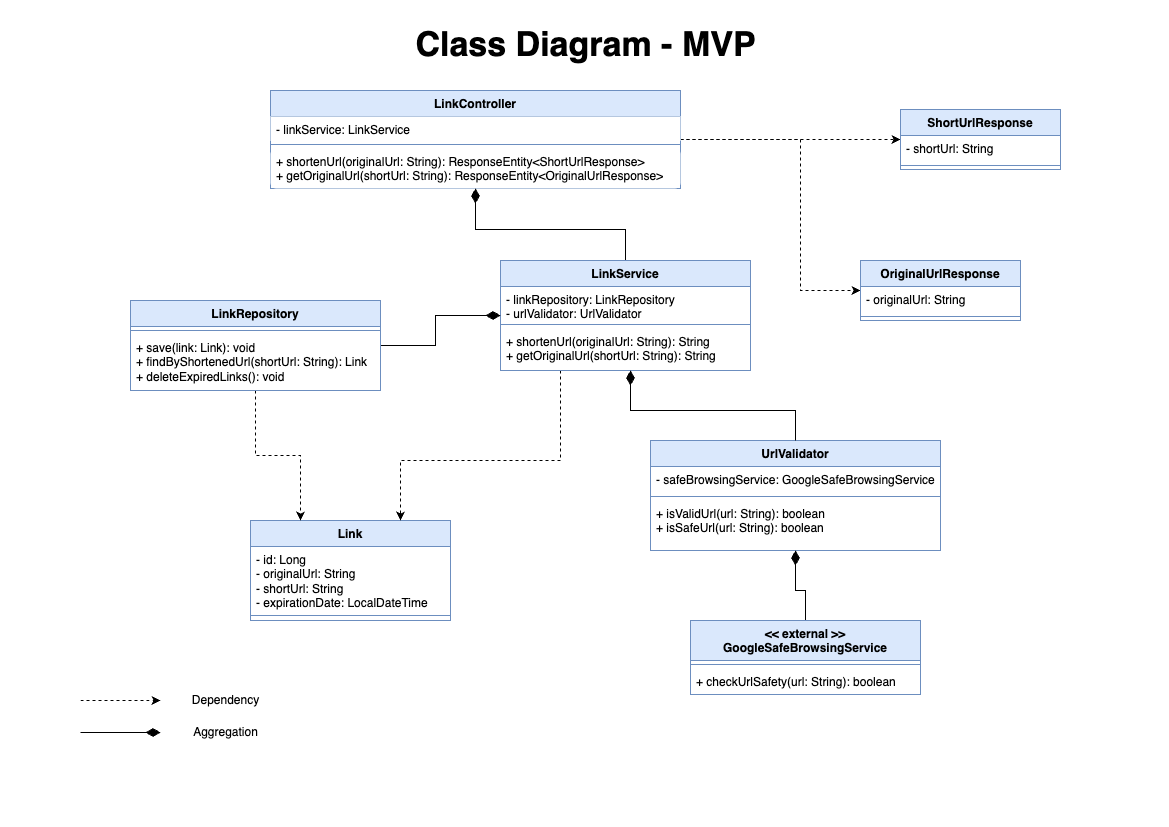
hamxy/LinkCut keeps this draw.io diagram as docs/class-diagram.drawio.png. Above is the earlier version. Source tidied: cells renumbered, new cells last; positions are measured from the earlier drawing's top-left corner, leaving out a move shared by most shapes.
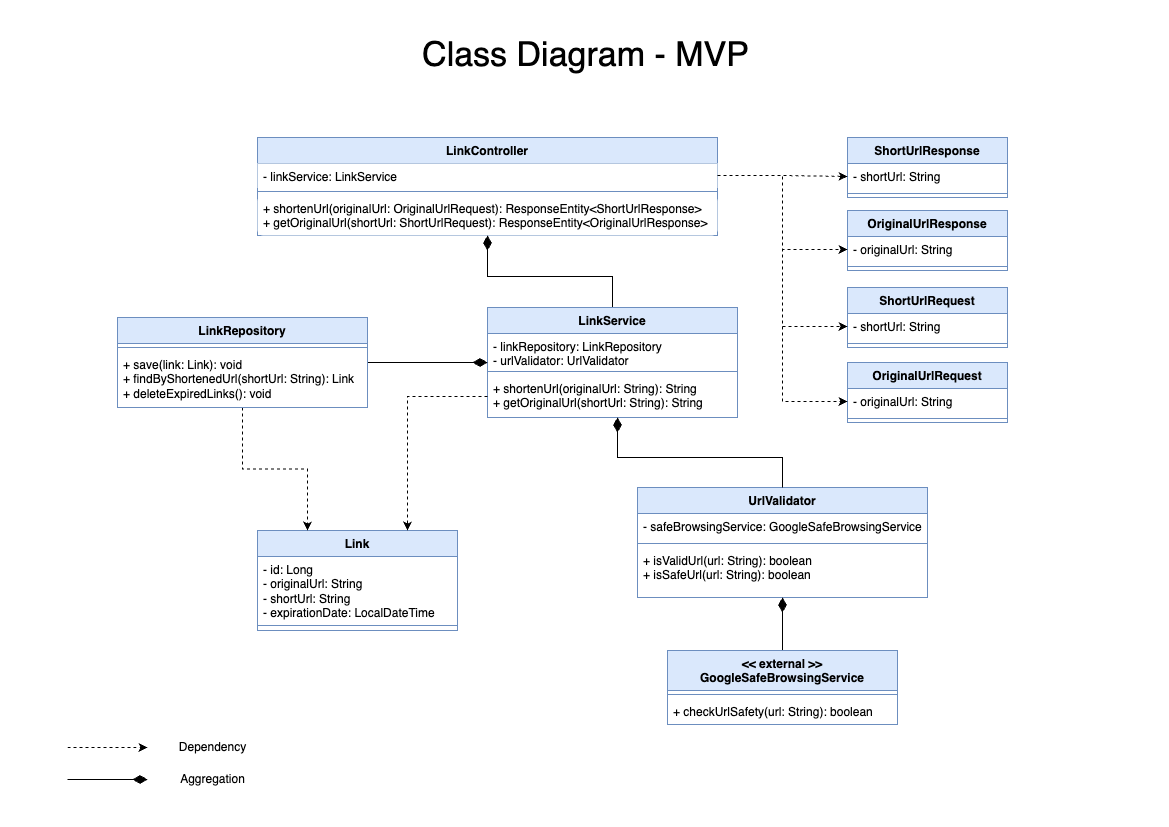
Later version of the same file.

Commit message:
Modify class diagram

What changed in the source:
```diff
@@ -3,7 +3,7 @@
     <mxCell id="0" />
     <mxCell id="1" parent="0" />
     <mxCell id="2" value="Link" style="swimlane;fontStyle=1;align=center;verticalAlign=top;horizontal=1;startSize=26;whiteSpace=wrap;html=1;fillColor=#dae8fc;strokeColor=#6c8ebf;" parent="1" vertex="1">
-      <mxGeometry x="170" y="500" width="200" height="100" as="geometry" />
+      <mxGeometry x="177" y="510" width="200" height="100" as="geometry" />
     </mxCell>
     <mxCell id="3" value="- id: Long&lt;div&gt;- originalUrl: String&lt;/div&gt;&lt;div&gt;- shortUrl: String&lt;/div&gt;&lt;div&gt;- expirationDate: LocalDateTime&lt;/div&gt;" style="text;strokeColor=none;fillColor=none;align=left;verticalAlign=top;spacingLeft=4;spacingRight=4;overflow=hidden;whiteSpace=wrap;html=1;" parent="2" vertex="1">
       <mxGeometry y="26" width="200" height="64" as="geometry" />
@@ -11,42 +11,23 @@
     <mxCell id="4" style="line;strokeWidth=1;fillColor=none;align=left;verticalAlign=middle;spacingTop=-1;spacingLeft=3;spacingRight=3;labelPosition=right;strokeColor=inherit;" parent="2" vertex="1">
       <mxGeometry y="90" width="200" height="10" as="geometry" />
     </mxCell>
-    <mxCell id="5" style="edgeStyle=orthogonalEdgeStyle;rounded=0;jettySize=auto;html=1;dashed=1;" parent="1" edge="1" source="7" target="26">
-      <mxGeometry relative="1" as="geometry" />
-    </mxCell>
-    <mxCell id="6" style="edgeStyle=orthogonalEdgeStyle;rounded=0;jettySize=auto;html=1;dashed=1;" parent="1" edge="1" source="7" target="29">
-      <mxGeometry relative="1" as="geometry">
-        <Array as="points">
-          <mxPoint x="720" y="119" />
-          <mxPoint x="720" y="270" />
-        </Array>
-      </mxGeometry>
-    </mxCell>
     <mxCell id="7" value="LinkController" style="swimlane;fontStyle=1;align=center;verticalAlign=top;horizontal=1;startSize=26;whiteSpace=wrap;html=1;fillColor=#dae8fc;strokeColor=#6c8ebf;rounded=0;swimlaneLine=1;glass=0;shadow=0;labelBackgroundColor=none;" parent="1" vertex="1">
-      <mxGeometry x="190" y="70" width="410" height="98" as="geometry" />
+      <mxGeometry x="177" y="117" width="460" height="98" as="geometry" />
     </mxCell>
     <mxCell id="8" value="- linkService: LinkService" style="text;align=left;verticalAlign=top;spacingLeft=4;spacingRight=4;overflow=hidden;points=[[0,0.5],[1,0.5]];portConstraint=eastwest;whiteSpace=wrap;html=1;fillColor=default;" parent="7" vertex="1">
-      <mxGeometry y="26" width="410" height="24" as="geometry" />
+      <mxGeometry y="26" width="460" height="24" as="geometry" />
     </mxCell>
     <mxCell id="9" style="line;strokeWidth=1;fillColor=default;align=left;verticalAlign=middle;spacingTop=-1;spacingLeft=3;spacingRight=3;labelPosition=right;strokeColor=inherit;" parent="7" vertex="1">
-      <mxGeometry y="50" width="410" height="8" as="geometry" />
+      <mxGeometry y="50" width="460" height="8" as="geometry" />
     </mxCell>
-    <mxCell id="10" value="&lt;div&gt;+ shortenUrl(originalUrl: String): ResponseEntity&amp;lt;ShortUrlResponse&amp;gt;&lt;/div&gt;&lt;div&gt;+ getOriginalUrl(shortUrl: String): ResponseEntity&amp;lt;OriginalUrlResponse&amp;gt;&lt;/div&gt;" style="text;align=left;verticalAlign=top;spacingLeft=4;spacingRight=4;overflow=hidden;whiteSpace=wrap;html=1;fillColor=default;rounded=1;" parent="7" vertex="1">
-      <mxGeometry y="58" width="410" height="40" as="geometry" />
+    <mxCell id="10" value="&lt;div&gt;+ shortenUrl(originalUrl: OriginalUrlRequest): ResponseEntity&amp;lt;ShortUrlResponse&amp;gt;&lt;/div&gt;&lt;div&gt;+ getOriginalUrl(shortUrl: ShortUrlRequest): ResponseEntity&amp;lt;OriginalUrlResponse&amp;gt;&lt;/div&gt;" style="text;align=left;verticalAlign=top;spacingLeft=4;spacingRight=4;overflow=hidden;whiteSpace=wrap;html=1;fillColor=default;rounded=1;" parent="7" vertex="1">
+      <mxGeometry y="58" width="460" height="40" as="geometry" />
     </mxCell>
-    <mxCell id="11" style="edgeStyle=orthogonalEdgeStyle;rounded=0;jettySize=auto;html=1;entryX=0.75;entryY=0;entryDx=0;entryDy=0;dashed=1;" parent="1" edge="1" source="13" target="2">
-      <mxGeometry relative="1" as="geometry">
-        <Array as="points">
-          <mxPoint x="480" y="440" />
-          <mxPoint x="320" y="440" />
-        </Array>
-      </mxGeometry>
-    </mxCell>
     <mxCell id="12" style="edgeStyle=orthogonalEdgeStyle;rounded=0;jettySize=auto;html=1;entryX=0.5;entryY=1;entryDx=0;entryDy=0;endArrow=diamondThin;endFill=1;endSize=12;" parent="1" edge="1" source="13" target="7">
       <mxGeometry relative="1" as="geometry" />
     </mxCell>
     <mxCell id="13" value="LinkService" style="swimlane;fontStyle=1;align=center;verticalAlign=top;horizontal=1;startSize=26;whiteSpace=wrap;html=1;fillColor=#dae8fc;strokeColor=#6c8ebf;rounded=0;" parent="1" vertex="1">
-      <mxGeometry x="420" y="240" width="250" height="110" as="geometry" />
+      <mxGeometry x="407" y="287" width="250" height="110" as="geometry" />
     </mxCell>
     <mxCell id="14" value="- linkRepository: LinkRepository&lt;div&gt;- urlValidator: UrlValidator&lt;/div&gt;" style="text;strokeColor=none;fillColor=none;align=left;verticalAlign=top;spacingLeft=4;spacingRight=4;overflow=hidden;whiteSpace=wrap;html=1;" parent="13" vertex="1">
       <mxGeometry y="26" width="250" height="34" as="geometry" />
@@ -64,7 +45,7 @@
       <mxGeometry relative="1" as="geometry" />
     </mxCell>
     <mxCell id="19" value="LinkRepository" style="swimlane;fontStyle=1;align=center;verticalAlign=top;horizontal=1;startSize=26;whiteSpace=wrap;html=1;fillColor=#dae8fc;strokeColor=#6c8ebf;" parent="1" vertex="1">
-      <mxGeometry x="50" y="280" width="250" height="90" as="geometry" />
+      <mxGeometry x="37" y="297" width="250" height="90" as="geometry" />
     </mxCell>
     <mxCell id="20" style="line;strokeWidth=1;fillColor=none;align=left;verticalAlign=middle;spacingTop=-1;spacingLeft=3;spacingRight=3;labelPosition=right;strokeColor=inherit;" parent="19" vertex="1">
       <mxGeometry y="26" width="250" height="8" as="geometry" />
@@ -73,7 +54,7 @@
       <mxGeometry y="34" width="250" height="56" as="geometry" />
     </mxCell>
     <mxCell id="22" value="UrlValidator" style="swimlane;fontStyle=1;align=center;verticalAlign=top;horizontal=1;startSize=26;whiteSpace=wrap;html=1;fillColor=#dae8fc;strokeColor=#6c8ebf;" parent="1" vertex="1">
-      <mxGeometry x="570" y="420" width="290" height="110" as="geometry" />
+      <mxGeometry x="557" y="467" width="290" height="110" as="geometry" />
     </mxCell>
     <mxCell id="23" value="- safeBrowsingService: GoogleSafeBrowsingService" style="text;strokeColor=none;fillColor=none;align=left;verticalAlign=top;spacingLeft=4;spacingRight=4;overflow=hidden;whiteSpace=wrap;html=1;" parent="22" vertex="1">
       <mxGeometry y="26" width="290" height="26" as="geometry" />
@@ -85,7 +66,7 @@
       <mxGeometry y="60" width="290" height="50" as="geometry" />
     </mxCell>
     <mxCell id="26" value="ShortUrlResponse" style="swimlane;fontStyle=1;align=center;verticalAlign=top;horizontal=1;startSize=26;whiteSpace=wrap;html=1;fillColor=#dae8fc;strokeColor=#6c8ebf;" parent="1" vertex="1">
-      <mxGeometry x="820" y="89" width="160" height="60" as="geometry" />
+      <mxGeometry x="767" y="117" width="160" height="60" as="geometry" />
     </mxCell>
     <mxCell id="27" value="- shortUrl: String" style="text;strokeColor=none;fillColor=none;align=left;verticalAlign=top;spacingLeft=4;spacingRight=4;overflow=hidden;points=[[0,0.5],[1,0.5]];portConstraint=eastwest;whiteSpace=wrap;html=1;" parent="26" vertex="1">
       <mxGeometry y="26" width="160" height="26" as="geometry" />
@@ -94,7 +75,7 @@
       <mxGeometry y="52" width="160" height="8" as="geometry" />
     </mxCell>
     <mxCell id="29" value="OriginalUrlResponse" style="swimlane;fontStyle=1;align=center;verticalAlign=top;horizontal=1;startSize=26;whiteSpace=wrap;html=1;fillColor=#dae8fc;strokeColor=#6c8ebf;" parent="1" vertex="1">
-      <mxGeometry x="780" y="240" width="160" height="60" as="geometry" />
+      <mxGeometry x="767" y="190" width="160" height="60" as="geometry" />
     </mxCell>
     <mxCell id="30" value="- originalUrl: String" style="text;strokeColor=none;fillColor=none;align=left;verticalAlign=top;spacingLeft=4;spacingRight=4;overflow=hidden;points=[[0,0.5],[1,0.5]];portConstraint=eastwest;whiteSpace=wrap;html=1;" parent="29" vertex="1">
       <mxGeometry y="26" width="160" height="26" as="geometry" />
@@ -106,7 +87,7 @@
       <mxGeometry relative="1" as="geometry" />
     </mxCell>
     <mxCell id="33" value="&lt;div&gt;&amp;lt;&amp;lt; external &amp;gt;&amp;gt;&lt;/div&gt;GoogleSafeBrowsingService" style="swimlane;fontStyle=1;align=center;verticalAlign=top;horizontal=1;startSize=40;whiteSpace=wrap;html=1;fillColor=#dae8fc;strokeColor=#6c8ebf;" parent="1" vertex="1">
-      <mxGeometry x="610" y="600" width="230" height="74" as="geometry" />
+      <mxGeometry x="587" y="630" width="230" height="74" as="geometry" />
     </mxCell>
     <mxCell id="34" style="line;strokeWidth=1;fillColor=none;align=left;verticalAlign=middle;spacingTop=-1;spacingLeft=3;spacingRight=3;labelPosition=right;strokeColor=inherit;" parent="33" vertex="1">
       <mxGeometry y="40" width="230" height="8" as="geometry" />
@@ -117,26 +98,59 @@
     <mxCell id="36" style="edgeStyle=orthogonalEdgeStyle;rounded=0;jettySize=auto;html=1;exitX=0.5;exitY=0;exitDx=0;exitDy=0;entryX=0.52;entryY=1;entryDx=0;entryDy=0;entryPerimeter=0;endSize=12;endArrow=diamondThin;endFill=1;" parent="1" edge="1" source="22" target="16">
       <mxGeometry relative="1" as="geometry" />
     </mxCell>
-    <mxCell id="37" value="&lt;font style=&quot;font-size: 34px;&quot;&gt;&lt;b&gt;Class Diagram - MVP&lt;/b&gt;&lt;/font&gt;" style="text;html=1;align=center;verticalAlign=middle;strokeColor=none;fillColor=none;" parent="1" vertex="1">
-      <mxGeometry x="325" width="360" height="50" as="geometry" />
+    <mxCell id="37" value="&lt;font style=&quot;font-size: 34px;&quot;&gt;&lt;span&gt;Class Diagram - MVP&lt;/span&gt;&lt;/font&gt;" style="text;html=1;align=center;verticalAlign=middle;strokeColor=none;fillColor=none;fontStyle=0;" parent="1" vertex="1">
+      <mxGeometry x="330" y="10" width="350" height="50" as="geometry" />
     </mxCell>
     <mxCell id="38" style="endArrow=classic;html=1;rounded=0;dashed=1;" parent="1" edge="1">
       <mxGeometry relative="1" as="geometry">
-        <mxPoint y="680" as="sourcePoint" />
-        <mxPoint x="80" y="680" as="targetPoint" />
+        <mxPoint x="-13" y="727" as="sourcePoint" />
+        <mxPoint x="67" y="727" as="targetPoint" />
       </mxGeometry>
     </mxCell>
     <mxCell id="39" value="Dependency" style="text;html=1;align=center;verticalAlign=middle;strokeColor=none;fillColor=none;" parent="1" vertex="1">
-      <mxGeometry x="100" y="665" width="90" height="30" as="geometry" />
+      <mxGeometry x="87" y="712" width="90" height="30" as="geometry" />
     </mxCell>
     <mxCell id="40" style="endArrow=diamondThin;html=1;rounded=0;endFill=1;endSize=12;" parent="1" edge="1">
       <mxGeometry relative="1" as="geometry">
-        <mxPoint y="712" as="sourcePoint" />
-        <mxPoint x="80" y="712" as="targetPoint" />
+        <mxPoint x="-13" y="759" as="sourcePoint" />
+        <mxPoint x="67" y="759" as="targetPoint" />
       </mxGeometry>
     </mxCell>
     <mxCell id="41" value="Aggregation" style="text;html=1;align=center;verticalAlign=middle;strokeColor=none;fillColor=none;" parent="1" vertex="1">
-      <mxGeometry x="100" y="697" width="90" height="30" as="geometry" />
+      <mxGeometry x="87" y="744" width="90" height="30" as="geometry" />
     </mxCell>
+    <mxCell id="42" value="ShortUrlRequest" style="swimlane;fontStyle=1;align=center;verticalAlign=top;horizontal=1;startSize=26;whiteSpace=wrap;html=1;fillColor=#dae8fc;strokeColor=#6c8ebf;" parent="1" vertex="1">
+      <mxGeometry x="767" y="267" width="160" height="60" as="geometry" />
+    </mxCell>
+    <mxCell id="43" value="- shortUrl: String" style="text;strokeColor=none;fillColor=none;align=left;verticalAlign=top;spacingLeft=4;spacingRight=4;overflow=hidden;points=[[0,0.5],[1,0.5]];portConstraint=eastwest;whiteSpace=wrap;html=1;" parent="42" vertex="1">
+      <mxGeometry y="26" width="160" height="26" as="geometry" />
+    </mxCell>
+    <mxCell id="44" style="line;strokeWidth=1;fillColor=none;align=left;verticalAlign=middle;spacingTop=-1;spacingLeft=3;spacingRight=3;labelPosition=right;strokeColor=inherit;" parent="42" vertex="1">
+      <mxGeometry y="52" width="160" height="8" as="geometry" />
+    </mxCell>
+    <mxCell id="45" value="OriginalUrlRequest" style="swimlane;fontStyle=1;align=center;verticalAlign=top;horizontal=1;startSize=26;whiteSpace=wrap;html=1;fillColor=#dae8fc;strokeColor=#6c8ebf;" parent="1" vertex="1">
+      <mxGeometry x="767" y="342" width="160" height="60" as="geometry" />
+    </mxCell>
+    <mxCell id="46" value="- originalUrl: String" style="text;strokeColor=none;fillColor=none;align=left;verticalAlign=top;spacingLeft=4;spacingRight=4;overflow=hidden;points=[[0,0.5],[1,0.5]];portConstraint=eastwest;whiteSpace=wrap;html=1;" parent="45" vertex="1">
+      <mxGeometry y="26" width="160" height="26" as="geometry" />
+    </mxCell>
+    <mxCell id="47" style="line;strokeWidth=1;fillColor=none;align=left;verticalAlign=middle;spacingTop=-1;spacingLeft=3;spacingRight=3;labelPosition=right;strokeColor=inherit;" parent="45" vertex="1">
+      <mxGeometry y="52" width="160" height="8" as="geometry" />
+    </mxCell>
+    <mxCell id="48" style="edgeStyle=orthogonalEdgeStyle;rounded=0;hachureGap=4;jettySize=auto;html=1;exitX=1;exitY=0.5;exitDx=0;exitDy=0;entryX=0;entryY=0.5;entryDx=0;entryDy=0;fontFamily=Architects Daughter;fontSource=https%3A%2F%2Ffonts.googleapis.com%2Fcss%3Ffamily%3DArchitects%2BDaughter;dashed=1;" parent="1" edge="1" source="8" target="30">
+      <mxGeometry relative="1" as="geometry" />
+    </mxCell>
+    <mxCell id="49" style="edgeStyle=orthogonalEdgeStyle;rounded=0;hachureGap=4;jettySize=auto;html=1;exitX=1;exitY=0.5;exitDx=0;exitDy=0;entryX=0;entryY=0.5;entryDx=0;entryDy=0;fontFamily=Architects Daughter;fontSource=https%3A%2F%2Ffonts.googleapis.com%2Fcss%3Ffamily%3DArchitects%2BDaughter;dashed=1;" parent="1" edge="1" source="8" target="43">
+      <mxGeometry relative="1" as="geometry" />
+    </mxCell>
+    <mxCell id="50" style="edgeStyle=orthogonalEdgeStyle;rounded=0;hachureGap=4;jettySize=auto;html=1;exitX=1;exitY=0.5;exitDx=0;exitDy=0;entryX=0;entryY=0.5;entryDx=0;entryDy=0;fontFamily=Architects Daughter;fontSource=https%3A%2F%2Ffonts.googleapis.com%2Fcss%3Ffamily%3DArchitects%2BDaughter;dashed=1;" parent="1" edge="1" source="8" target="27">
+      <mxGeometry relative="1" as="geometry" />
+    </mxCell>
+    <mxCell id="51" style="edgeStyle=orthogonalEdgeStyle;rounded=0;hachureGap=4;jettySize=auto;html=1;exitX=1;exitY=0.5;exitDx=0;exitDy=0;entryX=0;entryY=0.5;entryDx=0;entryDy=0;fontFamily=Architects Daughter;fontSource=https%3A%2F%2Ffonts.googleapis.com%2Fcss%3Ffamily%3DArchitects%2BDaughter;dashed=1;" parent="1" edge="1" source="8" target="46">
+      <mxGeometry relative="1" as="geometry" />
+    </mxCell>
+    <mxCell id="52" style="edgeStyle=orthogonalEdgeStyle;rounded=0;hachureGap=4;jettySize=auto;html=1;exitX=0;exitY=0.5;exitDx=0;exitDy=0;entryX=0.75;entryY=0;entryDx=0;entryDy=0;fontFamily=Architects Daughter;fontSource=https%3A%2F%2Ffonts.googleapis.com%2Fcss%3Ffamily%3DArchitects%2BDaughter;dashed=1;" parent="1" edge="1" source="16" target="2">
+      <mxGeometry relative="1" as="geometry" />
+    </mxCell>
   </root>
 </mxGraphModel>
```
